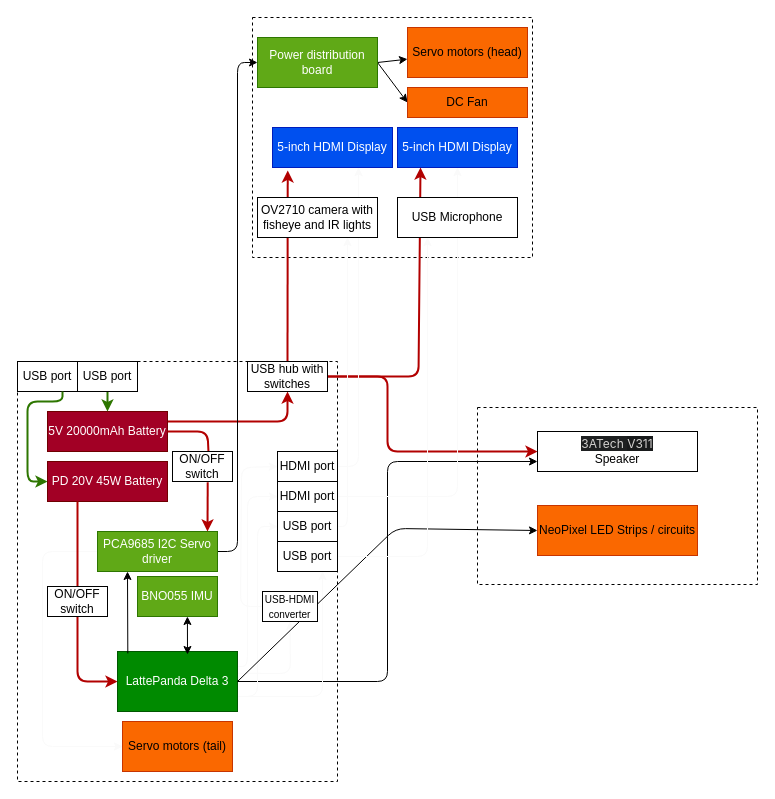
Above: Hardware.drawio in MekhyW/DYNAMO-Electronic_Fursuit-2.0 (draw.io), before the change. Source tidied: cells renumbered, new cells numbered last; positions are measured from the earlier drawing's top-left corner, leaving out a move shared by most shapes. Both pictures are drawn from the tidied source at 100%, with x=0, y=0 at pixel (17, 17).
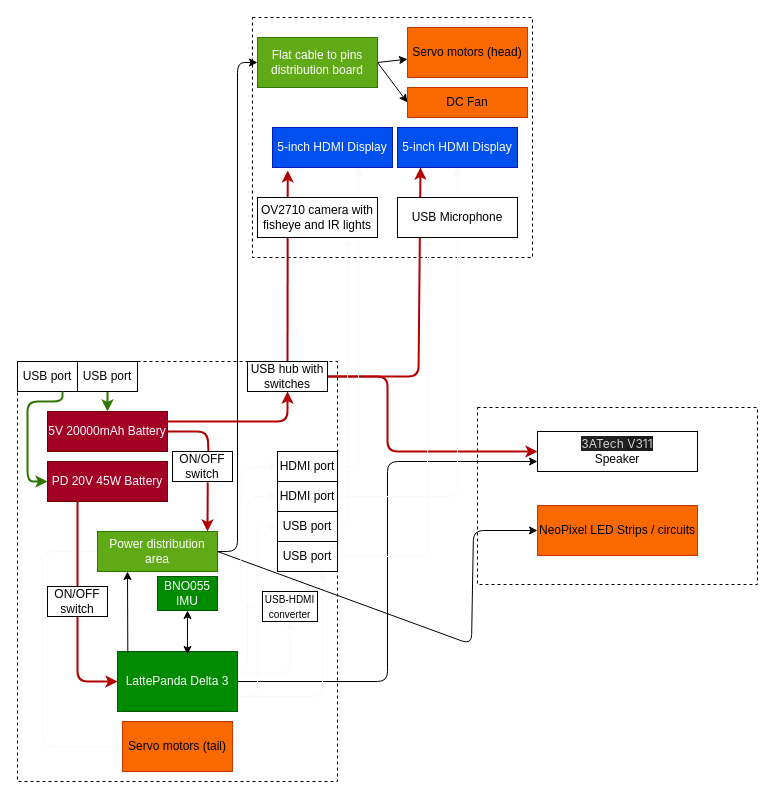
The same diagram, later.

The change refers to these unchanged cells:
```xml
<mxCell id="19" value="LattePanda Delta 3" style="rounded=0;whiteSpace=wrap;html=1;fillColor=#008a00;fontColor=#ffffff;strokeColor=#005700;" parent="1" vertex="1">
  <mxGeometry x="100" y="634" width="120" height="60" as="geometry" />
</mxCell>
<mxCell id="34" value="NeoPixel LED Strips / circuits" style="rounded=0;whiteSpace=wrap;html=1;fillColor=#fa6800;fontColor=#000000;strokeColor=#C73500;" parent="1" vertex="1">
  <mxGeometry x="520" y="488" width="160" height="50" as="geometry" />
</mxCell>
```

Diff of the diagram source:
```diff
@@
-    <mxCell id="5" value="Power distribution board" style="rounded=0;whiteSpace=wrap;html=1;fillColor=#60a917;fontColor=#ffffff;strokeColor=#2D7600;" parent="1" vertex="1">
+    <mxCell id="5" value="Flat cable to pins distribution board" style="rounded=0;whiteSpace=wrap;html=1;fillColor=#60a917;fontColor=#ffffff;strokeColor=#2D7600;" parent="1" vertex="1">
       <mxGeometry x="240" y="20" width="120" height="50" as="geometry" />
     </mxCell>
@@
-    <mxCell id="23" value="PCA9685 I2C Servo driver" style="rounded=0;whiteSpace=wrap;html=1;fillColor=#60a917;fontColor=#ffffff;strokeColor=#2D7600;" parent="1" vertex="1">
+    <mxCell id="23" value="Power distribution area" style="rounded=0;whiteSpace=wrap;html=1;fillColor=#60a917;fontColor=#ffffff;strokeColor=#2D7600;" parent="1" vertex="1">
       <mxGeometry x="80" y="514" width="120" height="40" as="geometry" />
     </mxCell>
@@
-    <mxCell id="35" style="edgeStyle=none;html=1;exitX=1;exitY=0.5;exitDx=0;exitDy=0;entryX=0;entryY=0.5;entryDx=0;entryDy=0;" parent="1" edge="1" source="19" target="34">
+    <mxCell id="35" style="edgeStyle=none;html=1;exitX=1;exitY=0.5;exitDx=0;exitDy=0;entryX=0;entryY=0.5;entryDx=0;entryDy=0;" parent="1" edge="1" source="23" target="34">
       <mxGeometry relative="1" as="geometry">
         <Array as="points">
-          <mxPoint x="378" y="511" />
+          <mxPoint x="454" y="627" />
+          <mxPoint x="456" y="513" />
         </Array>
       </mxGeometry>
     </mxCell>
@@
-    <mxCell id="37" style="edgeStyle=none;html=1;exitX=0.624;exitY=1;exitDx=0;exitDy=0;exitPerimeter=0;startArrow=classic;startFill=1;" parent="1" edge="1" source="38">
+    <mxCell id="37" style="edgeStyle=none;html=1;exitX=0.5;exitY=1;exitDx=0;exitDy=0;startArrow=classic;startFill=1;" parent="1" edge="1" source="38">
       <mxGeometry relative="1" as="geometry">
         <mxPoint x="170" y="637" as="targetPoint" />
       </mxGeometry>
     </mxCell>
-    <mxCell id="38" value="BNO055 IMU" style="rounded=0;whiteSpace=wrap;html=1;fillColor=#60a917;fontColor=#ffffff;strokeColor=#2D7600;" parent="1" vertex="1">
-      <mxGeometry x="120" y="559" width="80" height="40" as="geometry" />
+    <mxCell id="38" value="BNO055 IMU" style="rounded=0;whiteSpace=wrap;html=1;fillColor=#008a00;fontColor=#ffffff;strokeColor=#005700;" parent="1" vertex="1">
+      <mxGeometry x="140" y="559" width="60" height="34" as="geometry" />
     </mxCell>
```
